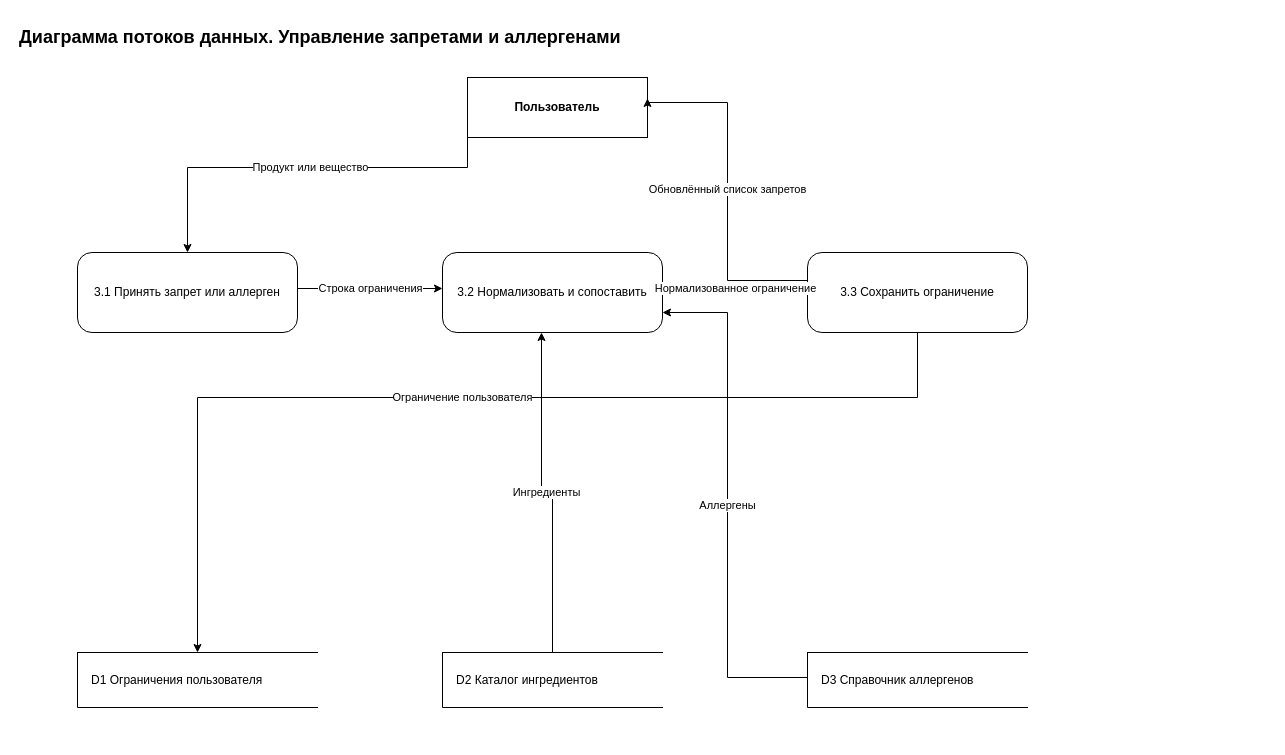
The draw.io diagram Optimization-Methods/laba_2/diagrams/Potoki/03_Управление_запретами_и_аллергенами.drawio in Skipl1/ASOIU, before the edit. Source tidied: cells renumbered, new cells numbered last; positions are measured from the earlier drawing's top-left corner, leaving out a move shared by most shapes. Both pictures are drawn from the tidied source at 100%, with x=0, y=0 at pixel (17, 22).
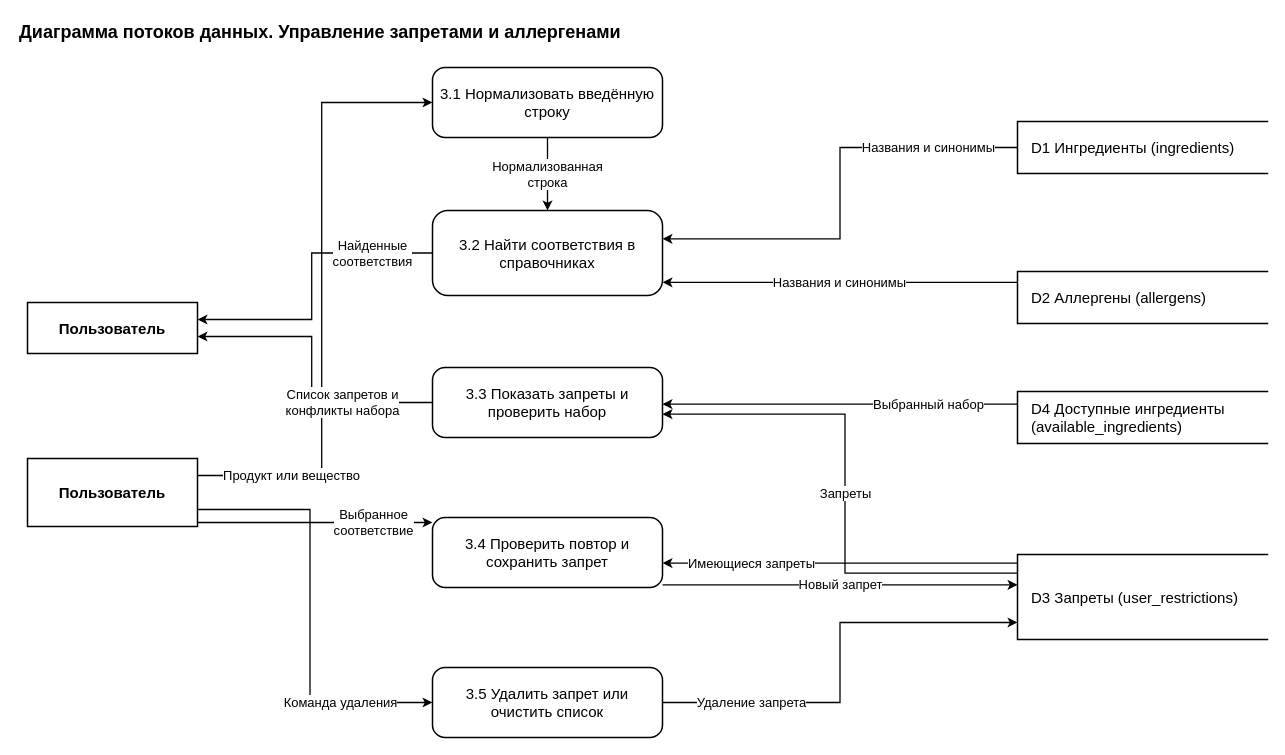
The same page after the edit.

What changed in the source:
```diff
@@
     <mxCell id="2" value="Диаграмма потоков данных. Управление запретами и аллергенами" style="text;html=1;strokeColor=none;fillColor=none;align=left;verticalAlign=middle;fontSize=18;fontStyle=1;" parent="1" vertex="1">
-      <mxGeometry width="850" height="30" as="geometry" />
+      <mxGeometry y="-5" width="900" height="30" as="geometry" />
     </mxCell>
-    <mxCell id="3" value="Пользователь" style="rounded=0;whiteSpace=wrap;html=1;fillColor=#ffffff;strokeColor=#000000;fontStyle=1;" parent="1" vertex="1">
-      <mxGeometry x="450" y="55" width="180" height="60" as="geometry" />
+    <mxCell id="3" value="Пользователь" style="rounded=0;whiteSpace=wrap;html=1;fillColor=#ffffff;strokeColor=#000000;fontStyle=1;fontSize=15;strokeWidth=1.5;" parent="1" vertex="1">
+      <mxGeometry x="10" y="436" width="170" height="68" as="geometry" />
     </mxCell>
-    <mxCell id="4" value="3.1 Принять запрет или аллерген" style="rounded=1;whiteSpace=wrap;html=1;arcSize=18;fillColor=#ffffff;strokeColor=#000000;" parent="1" vertex="1">
-      <mxGeometry x="60" y="230" width="220" height="80" as="geometry" />
+    <mxCell id="4" value="3.1 Нормализовать введённую строку" style="rounded=1;whiteSpace=wrap;html=1;arcSize=18;fillColor=#ffffff;strokeColor=#000000;fontSize=15;strokeWidth=1.5;" parent="1" vertex="1">
+      <mxGeometry x="415" y="45" width="230" height="70" as="geometry" />
     </mxCell>
-    <mxCell id="5" value="3.2 Нормализовать и сопоставить" style="rounded=1;whiteSpace=wrap;html=1;arcSize=18;fillColor=#ffffff;strokeColor=#000000;" parent="1" vertex="1">
-      <mxGeometry x="425" y="230" width="220" height="80" as="geometry" />
+    <mxCell id="5" value="3.2 Найти соответствия в справочниках" style="rounded=1;whiteSpace=wrap;html=1;arcSize=18;fillColor=#ffffff;strokeColor=#000000;fontSize=15;strokeWidth=1.5;" parent="1" vertex="1">
+      <mxGeometry x="415" y="188" width="230" height="85" as="geometry" />
     </mxCell>
-    <mxCell id="6" value="3.3 Сохранить ограничение" style="rounded=1;whiteSpace=wrap;html=1;arcSize=18;fillColor=#ffffff;strokeColor=#000000;" parent="1" vertex="1">
-      <mxGeometry x="790" y="230" width="220" height="80" as="geometry" />
+    <mxCell id="6" value="3.3 Показать запреты и проверить набор" style="rounded=1;whiteSpace=wrap;html=1;arcSize=18;fillColor=#ffffff;strokeColor=#000000;fontSize=15;strokeWidth=1.5;" parent="1" vertex="1">
+      <mxGeometry x="415" y="345" width="230" height="70" as="geometry" />
     </mxCell>
+    <mxCell id="17" value="3.4 Проверить повтор и сохранить запрет" style="rounded=1;whiteSpace=wrap;html=1;arcSize=18;fillColor=#ffffff;strokeColor=#000000;fontSize=15;strokeWidth=1.5;" parent="1" vertex="1">
+      <mxGeometry x="415" y="495" width="230" height="70" as="geometry" />
+    </mxCell>
+    <mxCell id="18" value="3.5 Удалить запрет или очистить список" style="rounded=1;whiteSpace=wrap;html=1;arcSize=18;fillColor=#ffffff;strokeColor=#000000;fontSize=15;strokeWidth=1.5;" parent="1" vertex="1">
+      <mxGeometry x="415" y="645" width="230" height="70" as="geometry" />
+    </mxCell>
-    <mxCell id="7" value="D1 Ограничения пользователя" style="shape=partialRectangle;right=0;whiteSpace=wrap;html=1;fillColor=#ffffff;strokeColor=#000000;align=left;spacingLeft=12;" parent="1" vertex="1">
-      <mxGeometry x="60" y="630" width="240" height="55" as="geometry" />
+    <mxCell id="7" value="D1 Ингредиенты (ingredients)" style="shape=partialRectangle;right=0;whiteSpace=wrap;html=1;fillColor=#ffffff;strokeColor=#000000;align=left;spacingLeft=12;fontSize=15;strokeWidth=1.5;" parent="1" vertex="1">
+      <mxGeometry x="1000" y="99" width="250" height="52" as="geometry" />
     </mxCell>
-    <mxCell id="8" value="D2 Каталог ингредиентов" style="shape=partialRectangle;right=0;whiteSpace=wrap;html=1;fillColor=#ffffff;strokeColor=#000000;align=left;spacingLeft=12;" parent="1" vertex="1">
-      <mxGeometry x="425" y="630" width="220" height="55" as="geometry" />
+    <mxCell id="8" value="D2 Аллергены (allergens)" style="shape=partialRectangle;right=0;whiteSpace=wrap;html=1;fillColor=#ffffff;strokeColor=#000000;align=left;spacingLeft=12;fontSize=15;strokeWidth=1.5;" parent="1" vertex="1">
+      <mxGeometry x="1000" y="249" width="250" height="52" as="geometry" />
     </mxCell>
-    <mxCell id="9" value="D3 Справочник аллергенов" style="shape=partialRectangle;right=0;whiteSpace=wrap;html=1;fillColor=#ffffff;strokeColor=#000000;align=left;spacingLeft=12;" parent="1" vertex="1">
-      <mxGeometry x="790" y="630" width="220" height="55" as="geometry" />
+    <mxCell id="9" value="D3 Запреты (user_restrictions)" style="shape=partialRectangle;right=0;whiteSpace=wrap;html=1;fillColor=#ffffff;strokeColor=#000000;align=left;spacingLeft=12;fontSize=15;strokeWidth=1.5;" parent="1" vertex="1">
+      <mxGeometry x="1000" y="532" width="250" height="85" as="geometry" />
     </mxCell>
+    <mxCell id="19" value="D4 Доступные ингредиенты (available_ingredients)" style="shape=partialRectangle;right=0;whiteSpace=wrap;html=1;fillColor=#ffffff;strokeColor=#000000;align=left;spacingLeft=12;fontSize=15;strokeWidth=1.5;" parent="1" vertex="1">
+      <mxGeometry x="1000" y="369" width="250" height="52" as="geometry" />
+    </mxCell>
+    <mxCell id="20" value="Пользователь" style="rounded=0;whiteSpace=wrap;html=1;fillColor=#ffffff;strokeColor=#000000;fontStyle=1;fontSize=15;strokeWidth=1.5;" parent="1" vertex="1">
+      <mxGeometry x="10" y="280" width="170" height="51" as="geometry" />
+    </mxCell>
-    <mxCell id="10" value="Продукт или вещество" style="endArrow=classic;html=1;rounded=0;edgeStyle=orthogonalEdgeStyle;exitX=0;exitY=0.65;entryX=0.5;entryY=0;" parent="1" edge="1" source="3" target="4">
-      <mxGeometry relative="1" as="geometry">
+    <mxCell id="10" value="Продукт или вещество" style="endArrow=classic;endFill=1;html=1;rounded=0;edgeStyle=none;strokeWidth=1.3;fontSize=13;labelBackgroundColor=#ffffff;exitX=1.0;exitY=0.25;exitDx=0;exitDy=0;entryX=0.0;entryY=0.5;entryDx=0;entryDy=0;" parent="1" edge="1" source="3" target="4">
+      <mxGeometry x="-0.69" relative="1" as="geometry">
         <Array as="points">
-          <mxPoint x="170" y="145" />
+          <mxPoint x="304.2" y="453" />
+          <mxPoint x="304.2" y="80" />
         </Array>
       </mxGeometry>
     </mxCell>
-    <mxCell id="11" value="Строка ограничения" style="endArrow=classic;html=1;rounded=0;edgeStyle=orthogonalEdgeStyle;exitX=1;exitY=0.45;entryX=0;entryY=0.45;" parent="1" edge="1" source="4" target="5">
+    <mxCell id="11" value="Нормализованная&lt;br&gt;строка" style="endArrow=classic;endFill=1;html=1;rounded=0;edgeStyle=none;strokeWidth=1.3;fontSize=13;labelBackgroundColor=#ffffff;exitX=0.5;exitY=1.0;exitDx=0;exitDy=0;entryX=0.5;entryY=0.0;entryDx=0;entryDy=0;" parent="1" edge="1" source="4" target="5">
       <mxGeometry relative="1" as="geometry" />
     </mxCell>
+    <mxCell id="21" value="Названия и синонимы" style="endArrow=classic;endFill=1;html=1;rounded=0;edgeStyle=none;strokeWidth=1.3;fontSize=13;labelBackgroundColor=#ffffff;exitX=0.0;exitY=0.5;exitDx=0;exitDy=0;entryX=1.0;entryY=0.3329;entryDx=0;entryDy=0;" parent="1" edge="1" source="7" target="5">
+      <mxGeometry x="-0.6" relative="1" as="geometry">
+        <Array as="points">
+          <mxPoint x="822.5" y="125" />
+          <mxPoint x="822.5" y="216.3" />
+        </Array>
+      </mxGeometry>
+    </mxCell>
-    <mxCell id="12" value="Ингредиенты" style="endArrow=classic;html=1;rounded=0;edgeStyle=orthogonalEdgeStyle;exitX=0.5;exitY=0;entryX=0.45;entryY=1;" parent="1" edge="1" source="8" target="5">
+    <mxCell id="12" value="Названия и синонимы" style="endArrow=classic;endFill=1;html=1;rounded=0;edgeStyle=none;strokeWidth=1.3;fontSize=13;labelBackgroundColor=#ffffff;exitX=0.0;exitY=0.2077;exitDx=0;exitDy=0;entryX=1.0;entryY=0.8447;entryDx=0;entryDy=0;" parent="1" edge="1" source="8" target="5">
       <mxGeometry relative="1" as="geometry" />
     </mxCell>
-    <mxCell id="13" value="Аллергены" style="endArrow=classic;html=1;rounded=0;edgeStyle=orthogonalEdgeStyle;exitX=0;exitY=0.35;entryX=1;entryY=0.75;" parent="1" edge="1" source="9" target="5">
-      <mxGeometry relative="1" as="geometry">
-        <Array as="points">
-          <mxPoint x="710" y="655" />
-          <mxPoint x="710" y="290" />
-        </Array>
-      </mxGeometry>
-    </mxCell>
-    <mxCell id="14" value="Нормализованное ограничение" style="endArrow=classic;html=1;rounded=0;edgeStyle=orthogonalEdgeStyle;exitX=1;exitY=0.45;entryX=0;entryY=0.45;" parent="1" edge="1" source="5" target="6">
-      <mxGeometry relative="1" as="geometry" />
-    </mxCell>
-    <mxCell id="15" value="Ограничение пользователя" style="endArrow=classic;html=1;rounded=0;edgeStyle=orthogonalEdgeStyle;exitX=0.5;exitY=1;entryX=0.5;entryY=0;" parent="1" edge="1" source="6" target="7">
-      <mxGeometry relative="1" as="geometry">
-        <Array as="points">
-          <mxPoint x="900" y="375" />
-          <mxPoint x="180" y="375" />
-        </Array>
-      </mxGeometry>
-    </mxCell>
-    <mxCell id="16" value="Обновлённый список запретов" style="endArrow=classic;html=1;rounded=0;edgeStyle=orthogonalEdgeStyle;exitX=0;exitY=0.35;entryX=1;entryY=0.35;" parent="1" edge="1" source="6" target="3">
-      <mxGeometry relative="1" as="geometry">
-        <Array as="points">
-          <mxPoint x="710" y="258" />
-          <mxPoint x="710" y="80" />
-        </Array>
-      </mxGeometry>
-    </mxCell>
+    <mxCell id="22" value="Найденные&lt;br&gt;соответствия" style="endArrow=classic;endFill=1;html=1;rounded=0;edgeStyle=none;strokeWidth=1.3;fontSize=13;labelBackgroundColor=#ffffff;exitX=0.0;exitY=0.5;exitDx=0;exitDy=0;entryX=1.0;entryY=0.3333;entryDx=0;entryDy=0;" parent="1" edge="1" source="5" target="20">
+      <mxGeometry x="-0.6" relative="1" as="geometry">
+        <Array as="points">
+          <mxPoint x="294.2" y="230.5" />
+          <mxPoint x="294.2" y="297" />
+        </Array>
+      </mxGeometry>
+    </mxCell>
+    <mxCell id="23" value="Выбранное&lt;br&gt;соответствие" style="endArrow=classic;endFill=1;html=1;rounded=0;edgeStyle=none;strokeWidth=1.3;fontSize=13;labelBackgroundColor=#ffffff;exitX=1.0;exitY=0.9412;exitDx=0;exitDy=0;entryX=0.0;entryY=0.0714;entryDx=0;entryDy=0;" parent="1" edge="1" source="3" target="17">
+      <mxGeometry x="0.5" relative="1" as="geometry" />
+    </mxCell>
+    <mxCell id="24" value="Имеющиеся запреты" style="endArrow=classic;endFill=1;html=1;rounded=0;edgeStyle=none;strokeWidth=1.3;fontSize=13;labelBackgroundColor=#ffffff;exitX=0.0;exitY=0.1012;exitDx=0;exitDy=0;entryX=1.0;entryY=0.6514;entryDx=0;entryDy=0;" parent="1" edge="1" source="9" target="17">
+      <mxGeometry x="0.5" relative="1" as="geometry" />
+    </mxCell>
+    <mxCell id="25" value="Новый запрет" style="endArrow=classic;endFill=1;html=1;rounded=0;edgeStyle=none;strokeWidth=1.3;fontSize=13;labelBackgroundColor=#ffffff;exitX=1.0;exitY=0.9614;exitDx=0;exitDy=0;entryX=0.0;entryY=0.3565;entryDx=0;entryDy=0;" parent="1" edge="1" source="17" target="9">
+      <mxGeometry relative="1" as="geometry" />
+    </mxCell>
+    <mxCell id="26" value="Команда удаления" style="endArrow=classic;endFill=1;html=1;rounded=0;edgeStyle=none;strokeWidth=1.3;fontSize=13;labelBackgroundColor=#ffffff;exitX=1.0;exitY=0.75;exitDx=0;exitDy=0;entryX=0.0;entryY=0.5;entryDx=0;entryDy=0;" parent="1" edge="1" source="3" target="18">
+      <mxGeometry x="0.57" relative="1" as="geometry">
+        <Array as="points">
+          <mxPoint x="292.5" y="487" />
+          <mxPoint x="292.5" y="680" />
+        </Array>
+      </mxGeometry>
+    </mxCell>
+    <mxCell id="27" value="Удаление запрета" style="endArrow=classic;endFill=1;html=1;rounded=0;edgeStyle=none;strokeWidth=1.3;fontSize=13;labelBackgroundColor=#ffffff;exitX=1.0;exitY=0.5;exitDx=0;exitDy=0;entryX=0.0;entryY=0.8;entryDx=0;entryDy=0;" parent="1" edge="1" source="18" target="9">
+      <mxGeometry x="-0.59" relative="1" as="geometry">
+        <Array as="points">
+          <mxPoint x="822.5" y="680" />
+          <mxPoint x="822.5" y="600" />
+        </Array>
+      </mxGeometry>
+    </mxCell>
+    <mxCell id="28" value="Запреты" style="endArrow=classic;endFill=1;html=1;rounded=0;edgeStyle=none;strokeWidth=1.3;fontSize=13;labelBackgroundColor=#ffffff;exitX=0.0;exitY=0.2188;exitDx=0;exitDy=0;entryX=1.0;entryY=0.6671;entryDx=0;entryDy=0;" parent="1" edge="1" source="9" target="6">
+      <mxGeometry x="-0.02" relative="1" as="geometry">
+        <Array as="points">
+          <mxPoint x="827.5" y="550.6" />
+          <mxPoint x="827.5" y="391.7" />
+        </Array>
+      </mxGeometry>
+    </mxCell>
+    <mxCell id="29" value="Выбранный набор" style="endArrow=classic;endFill=1;html=1;rounded=0;edgeStyle=none;strokeWidth=1.3;fontSize=13;labelBackgroundColor=#ffffff;exitX=0.0;exitY=0.2442;exitDx=0;exitDy=0;entryX=1.0;entryY=0.5243;entryDx=0;entryDy=0;" parent="1" edge="1" source="19" target="6">
+      <mxGeometry x="-0.5" relative="1" as="geometry" />
+    </mxCell>
+    <mxCell id="30" value="Список запретов и&lt;br&gt;конфликты набора" style="endArrow=classic;endFill=1;html=1;rounded=0;edgeStyle=none;strokeWidth=1.3;fontSize=13;labelBackgroundColor=#ffffff;exitX=0.0;exitY=0.5;exitDx=0;exitDy=0;entryX=1.0;entryY=0.6667;entryDx=0;entryDy=0;" parent="1" edge="1" source="6" target="20">
+      <mxGeometry x="-0.4" relative="1" as="geometry">
+        <Array as="points">
+          <mxPoint x="294.2" y="380" />
+          <mxPoint x="294.2" y="314" />
+        </Array>
+      </mxGeometry>
+    </mxCell>
```
